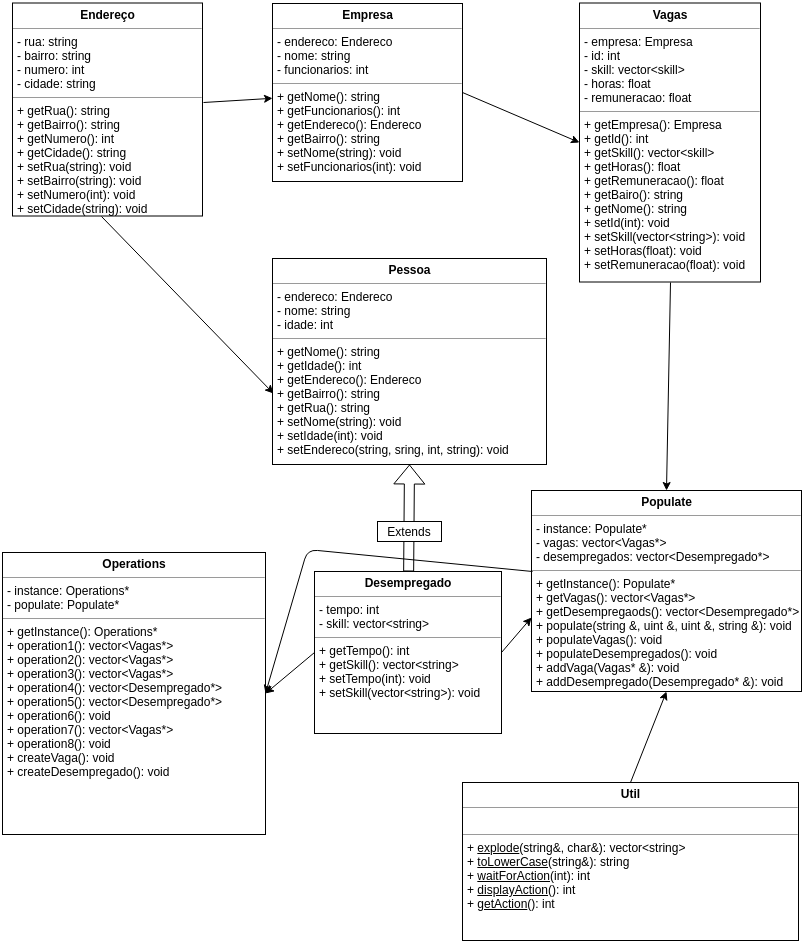
Above: relatorio/images/UML-Classes.png in CamiloAvelar/poo-tp1 (draw.io), before the change. Source tidied: cells renumbered, new cells last; positions are measured from the earlier drawing's top-left corner, leaving out a move shared by most shapes.
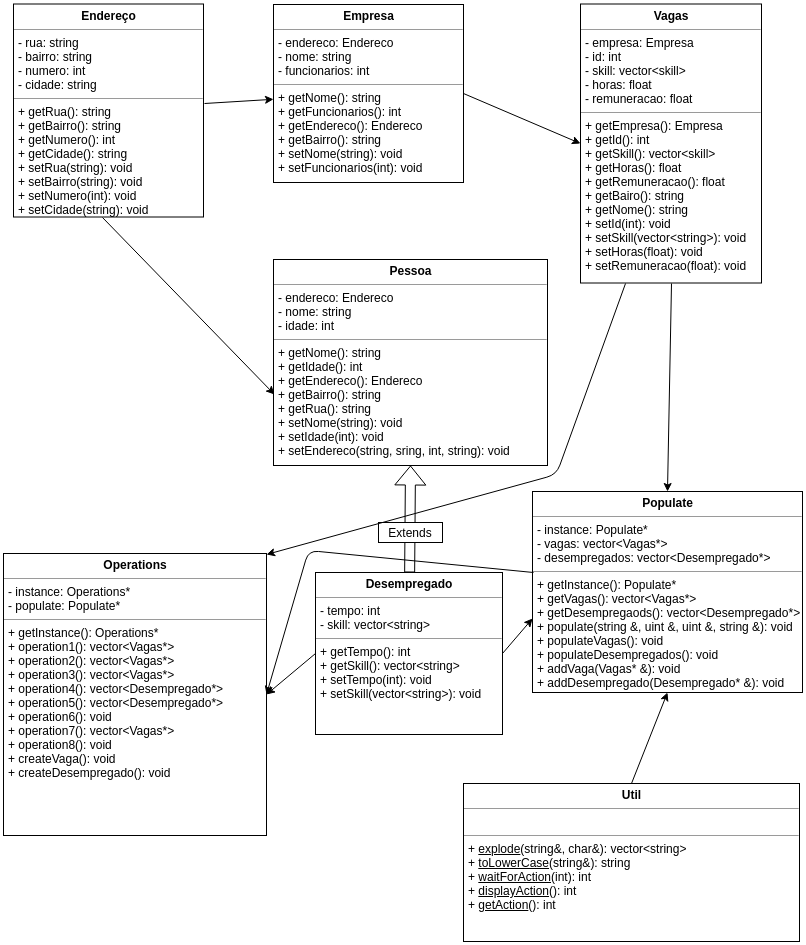
After the commit.

Change to the diagram source:
```diff
@@ -63,5 +63,12 @@
         </Array>
       </mxGeometry>
     </mxCell>
+    <mxCell id="21" style="endArrow=classic;html=1;entryX=1;entryY=0.004;entryDx=0;entryDy=0;entryPerimeter=0;exitX=0.25;exitY=1;exitDx=0;exitDy=0;" parent="1" edge="1" source="10" target="18">
+      <mxGeometry relative="1" as="geometry">
+        <Array as="points">
+          <mxPoint x="553" y="470" />
+        </Array>
+      </mxGeometry>
+    </mxCell>
   </root>
 </mxGraphModel>
```
